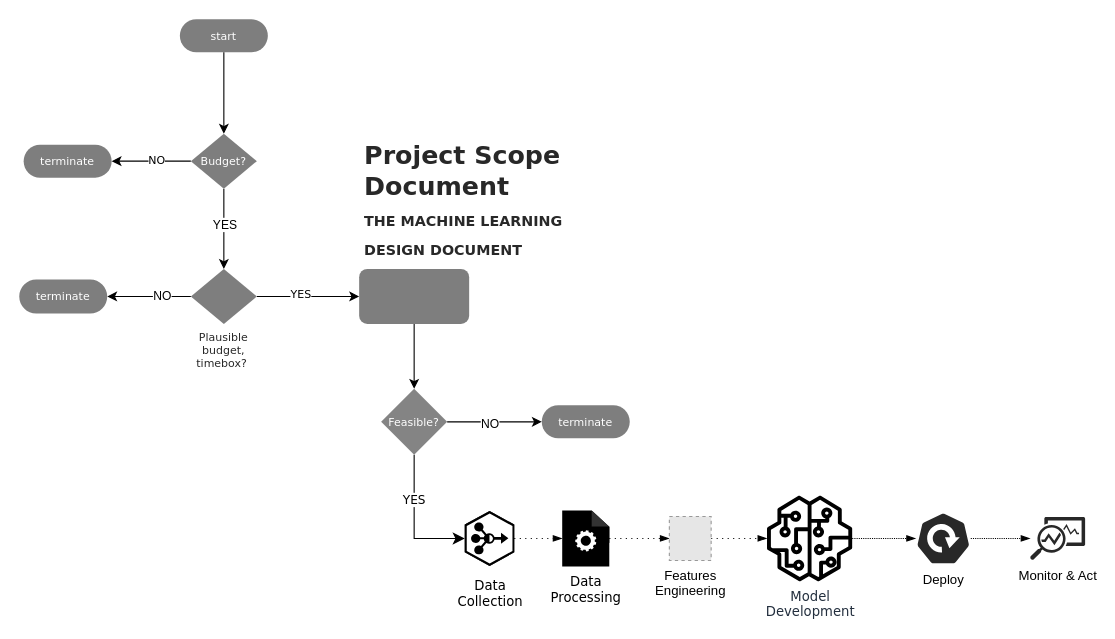
thereferences/systems keeps this draw.io diagram as page "Initially" (1 of 4) of assets/images/lifecycle.drawio. Above is the earlier version. Source tidied: cells renumbered, new cells numbered last; positions are measured from the earlier drawing's top-left corner, leaving out a move shared by most shapes. Both pictures are drawn from the tidied source at 110%, with x=0, y=0 at pixel (19, 19). Pictures stored in the file or linked from it are replaced by grey dashed boxes.
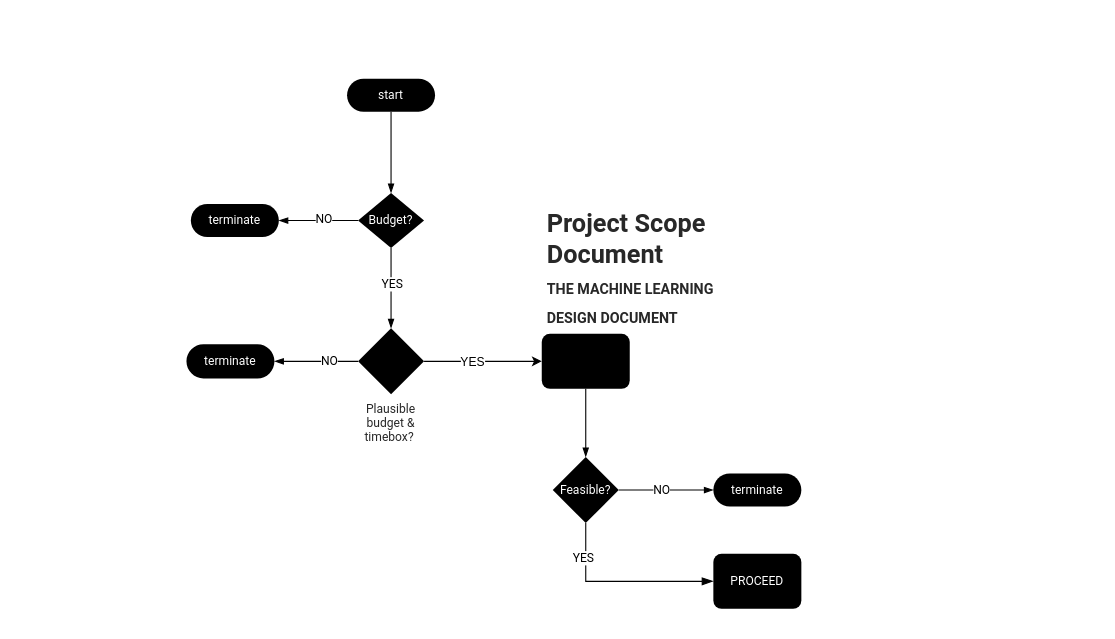
The same diagram, later.

What changed in the source:
```diff
@@
-    <mxCell id="2" style="edgeStyle=orthogonalEdgeStyle;rounded=0;jettySize=auto;html=1;dashed=1;dashPattern=1 1;endArrow=blockThin;endFill=1;" parent="1" edge="1" source="3" target="16">
-      <mxGeometry relative="1" as="geometry" />
-    </mxCell>
-    <mxCell id="3" value="Model &lt;br&gt;Development" style="sketch=0;outlineConnect=0;fontColor=#232F3E;gradientColor=none;fillColor=#000000;strokeColor=none;dashed=0;verticalLabelPosition=bottom;verticalAlign=top;align=center;html=1;fontSize=12;fontStyle=0;shape=mxgraph.aws4.sagemaker_model;fontFamily=Verdana;" parent="1" vertex="1">
-      <mxGeometry x="679.5" y="433" width="78" height="78" as="geometry" />
-    </mxCell>
-    <mxCell id="4" style="edgeStyle=orthogonalEdgeStyle;rounded=0;jettySize=auto;html=1;dashed=1;dashPattern=1 4;endArrow=blockThin;endFill=1;fontFamily=Verdana;" parent="1" edge="1" source="5" target="6">
-      <mxGeometry relative="1" as="geometry" />
-    </mxCell>
-    <mxCell id="5" value="&lt;span style=&quot;background-color: rgb(255, 255, 255);&quot;&gt;Data &lt;br&gt;Collection&lt;/span&gt;" style="verticalLabelPosition=middle;sketch=0;html=1;fillColor=#000000;strokeColor=#ffffff;verticalAlign=middle;align=center;points=[[0,0.5,0],[0.125,0.25,0],[0.25,0,0],[0.5,0,0],[0.75,0,0],[0.875,0.25,0],[1,0.5,0],[0.875,0.75,0],[0.75,1,0],[0.5,1,0],[0.125,0.75,0]];shape=mxgraph.cisco_safe.compositeIcon;bgIcon=mxgraph.cisco_safe.design.blank_device;resIcon=mxgraph.cisco_safe.design.flow_collector_2;rotation=90;fontFamily=Verdana;labelPosition=right;horizontal=0;" parent="1" vertex="1">
-      <mxGeometry x="402.5" y="449.5" width="50" height="45" as="geometry" />
-    </mxCell>
-    <mxCell id="6" value="Data &lt;br&gt;Processing" style="sketch=0;html=1;strokeColor=none;shadow=0;fillColor=#000000;verticalAlign=top;labelPosition=center;verticalLabelPosition=bottom;shape=mxgraph.gcp2.process;rotation=0;fontFamily=Verdana;" parent="1" vertex="1">
-      <mxGeometry x="493.6" y="446.5" width="42.8" height="51" as="geometry" />
-    </mxCell>
-    <mxCell id="7" style="edgeStyle=orthogonalEdgeStyle;rounded=0;jettySize=auto;html=1;" parent="1" edge="1" source="9" target="19">
+    <mxCell id="7" style="edgeStyle=orthogonalEdgeStyle;rounded=0;jettySize=auto;html=1;endArrow=blockThin;endFill=1;fontFamily=Roboto;" parent="1" edge="1" source="9" target="19">
       <mxGeometry relative="1" as="geometry" />
     </mxCell>
-    <mxCell id="8" value="NO" style="edgeLabel;html=1;align=center;verticalAlign=middle;" parent="7" vertex="1">
+    <mxCell id="8" value="NO" style="edgeLabel;html=1;align=center;verticalAlign=middle;fontFamily=Roboto;spacingBottom=3;" parent="7" vertex="1">
       <mxGeometry x="-0.11" y="-1" relative="1" as="geometry" />
     </mxCell>
-    <mxCell id="9" value="&lt;font color=&quot;#ffffff&quot; style=&quot;font-size: 10px;&quot;&gt;Feasible?&lt;/font&gt;" style="rhombus;whiteSpace=wrap;html=1;rotation=0;fillColor=#333333;strokeColor=none;fontFamily=Verdana;opacity=60;fontSize=10;" parent="1" vertex="1">
-      <mxGeometry x="329" y="336" width="60" height="60" as="geometry" />
+    <mxCell id="9" value="&lt;font color=&quot;#ffffff&quot; style=&quot;font-size: 11px;&quot;&gt;Feasible?&lt;/font&gt;" style="rhombus;whiteSpace=wrap;html=1;rotation=0;fillColor=#000000;strokeColor=none;fontFamily=Roboto;fontSize=11;" parent="1" vertex="1">
+      <mxGeometry x="485" y="398" width="60" height="60" as="geometry" />
     </mxCell>
-    <mxCell id="10" style="edgeStyle=orthogonalEdgeStyle;endArrow=classic;html=1;rounded=0;endSize=8;startSize=8;sourcePerimeterSpacing=0;targetPerimeterSpacing=0;entryX=0.5;entryY=1;entryDx=0;entryDy=0;entryPerimeter=0;exitX=0.5;exitY=1;exitDx=0;exitDy=0;fontFamily=Verdana;" parent="1" edge="1" source="9" target="5">
+    <mxCell id="10" style="edgeStyle=orthogonalEdgeStyle;endArrow=blockThin;html=1;rounded=0;endSize=8;startSize=8;sourcePerimeterSpacing=0;targetPerimeterSpacing=0;entryX=0;entryY=0.5;entryDx=0;entryDy=0;exitX=0.5;exitY=1;exitDx=0;exitDy=0;fontFamily=Roboto;endFill=1;" parent="1" edge="1" source="9" target="36">
       <mxGeometry relative="1" as="geometry" />
     </mxCell>
-    <mxCell id="11" value="YES" style="edgeLabel;html=1;align=center;verticalAlign=middle;fontFamily=Verdana;" parent="10" vertex="1">
-      <mxGeometry x="-0.35" y="-1" relative="1" as="geometry" />
+    <mxCell id="11" value="YES" style="edgeLabel;html=1;align=right;verticalAlign=middle;fontFamily=Roboto;spacingRight=-6;" parent="10" vertex="1">
+      <mxGeometry x="-0.35" y="-1" relative="1" as="geometry">
+        <mxPoint y="-23" as="offset" />
+      </mxGeometry>
     </mxCell>
-    <mxCell id="12" style="edgeStyle=orthogonalEdgeStyle;rounded=0;jettySize=auto;html=1;fontFamily=Verdana;dashed=1;dashPattern=1 4;endArrow=blockThin;endFill=1;" parent="1" edge="1" source="6" target="14">
-      <mxGeometry relative="1" as="geometry">
-        <Array as="points">
-          <mxPoint x="562.5" y="472" />
-        </Array>
-      </mxGeometry>
-    </mxCell>
-    <mxCell id="13" style="edgeStyle=none;rounded=0;jettySize=auto;html=1;endArrow=blockThin;endFill=1;dashed=1;dashPattern=1 4;" parent="1" edge="1" source="14" target="3">
-      <mxGeometry relative="1" as="geometry">
-        <Array as="points">
-          <mxPoint x="653" y="472" />
-        </Array>
-      </mxGeometry>
-    </mxCell>
-    <mxCell id="14" value="Features &lt;br&gt;Engineering" style="fillColor=#E6E6E6;strokeColor=#999999;dashed=1;html=1;verticalLabelPosition=bottom;labelBackgroundColor=#ffffff;verticalAlign=top;" parent="1" vertex="1">
-      <mxGeometry x="591" y="452" width="38" height="40" as="geometry" />
-    </mxCell>
-    <mxCell id="15" style="edgeStyle=orthogonalEdgeStyle;rounded=0;jettySize=auto;html=1;dashed=1;dashPattern=1 1;endArrow=blockThin;endFill=1;" parent="1" edge="1" source="16" target="17">
-      <mxGeometry relative="1" as="geometry" />
-    </mxCell>
-    <mxCell id="16" value="Deploy" style="sketch=0;html=1;dashed=0;whitespace=wrap;fillColor=#282828;strokeColor=#ffffff;points=[[0.005,0.63,0],[0.1,0.2,0],[0.9,0.2,0],[0.5,0,0],[0.995,0.63,0],[0.72,0.99,0],[0.5,1,0],[0.28,0.99,0]];verticalLabelPosition=bottom;align=center;verticalAlign=top;shape=mxgraph.kubernetes.icon;prIcon=deploy;" parent="1" vertex="1">
-      <mxGeometry x="815" y="448" width="50" height="48" as="geometry" />
-    </mxCell>
-    <mxCell id="17" value="Monitor &amp;amp; Act" style="sketch=0;shadow=0;dashed=0;html=1;strokeColor=none;labelPosition=center;verticalLabelPosition=bottom;verticalAlign=top;align=center;fillColor=#282828;shape=mxgraph.mscae.enterprise.monitor_running_apps;" parent="1" vertex="1">
-      <mxGeometry x="919" y="452.5" width="50" height="39" as="geometry" />
-    </mxCell>
-    <mxCell id="18" value="Project Scope Document&lt;br&gt;&lt;div style=&quot;&quot;&gt;&lt;span style=&quot;background-color: initial;&quot;&gt;&lt;font style=&quot;font-size: 13px;&quot;&gt;THE MACHINE LEARNING DESIGN DOCUMENT&lt;/font&gt;&lt;/span&gt;&lt;/div&gt;" style="text;html=1;strokeColor=none;fillColor=none;align=left;verticalAlign=middle;whiteSpace=wrap;rounded=0;fontFamily=Verdana;fontSize=23;fontStyle=1;fontColor=#282828;" parent="1" vertex="1">
-      <mxGeometry x="312" y="114" width="202" height="104" as="geometry" />
+    <mxCell id="18" value="Project Scope Document&lt;br&gt;&lt;div style=&quot;&quot;&gt;&lt;span style=&quot;background-color: initial;&quot;&gt;&lt;font style=&quot;font-size: 13px;&quot;&gt;THE MACHINE LEARNING DESIGN DOCUMENT&lt;/font&gt;&lt;/span&gt;&lt;/div&gt;" style="text;html=1;strokeColor=none;fillColor=none;align=left;verticalAlign=middle;whiteSpace=wrap;rounded=0;fontFamily=Roboto;fontSize=23;fontStyle=1;fontColor=#282828;" parent="1" vertex="1">
+      <mxGeometry x="478" y="176" width="202" height="104" as="geometry" />
     </mxCell>
-    <mxCell id="19" value="terminate" style="html=1;dashed=0;whiteSpace=wrap;shape=mxgraph.dfd.start;fillColor=#282828;strokeColor=none;opacity=60;fontFamily=Verdana;fontColor=#FFFFFF;fontSize=10;" parent="1" vertex="1">
-      <mxGeometry x="475" y="351" width="80" height="30" as="geometry" />
+    <mxCell id="19" value="terminate" style="html=1;dashed=0;whiteSpace=wrap;shape=mxgraph.dfd.start;fillColor=#000000;strokeColor=none;fontFamily=Roboto;fontColor=#FFFFFF;fontSize=11;" parent="1" vertex="1">
+      <mxGeometry x="631" y="413" width="80" height="30" as="geometry" />
     </mxCell>
-    <mxCell id="20" style="edgeStyle=orthogonalEdgeStyle;rounded=0;jettySize=auto;html=1;" parent="1" edge="1" source="21" target="9">
+    <mxCell id="20" style="edgeStyle=orthogonalEdgeStyle;rounded=0;jettySize=auto;html=1;endArrow=blockThin;endFill=1;fontFamily=Roboto;" parent="1" edge="1" source="21" target="9">
       <mxGeometry relative="1" as="geometry" />
     </mxCell>
-    <mxCell id="21" style="html=1;dashed=0;whiteSpace=wrap;rounded=1;fillColor=#282828;strokeColor=none;opacity=60;" parent="1" vertex="1">
-      <mxGeometry x="309" y="227" width="100" height="50" as="geometry" />
+    <mxCell id="21" style="html=1;dashed=0;whiteSpace=wrap;rounded=1;fillColor=#000000;strokeColor=none;fontFamily=Roboto;rotation=0;" parent="1" vertex="1">
+      <mxGeometry x="475" y="286" width="80" height="50" as="geometry" />
     </mxCell>
-    <mxCell id="22" style="edgeStyle=orthogonalEdgeStyle;rounded=0;jettySize=auto;html=1;fontFamily=Verdana;fontSize=10;" parent="1" edge="1" source="26" target="31">
-      <mxGeometry relative="1" as="geometry" />
+    <mxCell id="22" style="edgeStyle=orthogonalEdgeStyle;rounded=0;jettySize=auto;html=1;fontFamily=Roboto;fontSize=11;endArrow=blockThin;endFill=1;" parent="1" edge="1" source="26" target="31">
+      <mxGeometry relative="1" as="geometry">
+        <Array as="points">
+          <mxPoint x="338" y="222" />
+          <mxPoint x="338" y="222" />
+        </Array>
+      </mxGeometry>
     </mxCell>
-    <mxCell id="23" value="YES" style="edgeLabel;html=1;align=center;verticalAlign=middle;" parent="22" vertex="1">
+    <mxCell id="23" value="YES" style="edgeLabel;html=1;align=center;verticalAlign=middle;fontFamily=Roboto;fontSize=11;" parent="22" vertex="1">
       <mxGeometry x="-0.1" relative="1" as="geometry">
         <mxPoint y="-1" as="offset" />
       </mxGeometry>
     </mxCell>
-    <mxCell id="24" style="edgeStyle=orthogonalEdgeStyle;rounded=0;jettySize=auto;html=1;" parent="1" edge="1" source="26" target="32">
+    <mxCell id="24" style="edgeStyle=orthogonalEdgeStyle;rounded=0;jettySize=auto;html=1;endArrow=blockThin;endFill=1;fontFamily=Roboto;fontSize=11;" parent="1" edge="1" source="26" target="32">
       <mxGeometry relative="1" as="geometry" />
     </mxCell>
-    <mxCell id="25" value="&lt;font style=&quot;font-size: 10px;&quot; face=&quot;Verdana&quot;&gt;NO&lt;/font&gt;" style="edgeLabel;html=1;align=center;verticalAlign=middle;spacingBottom=8;" parent="24" vertex="1">
+    <mxCell id="25" value="&lt;font style=&quot;font-size: 11px;&quot;&gt;NO&lt;/font&gt;" style="edgeLabel;html=1;align=center;verticalAlign=middle;spacingBottom=8;fontFamily=Roboto;fontSize=11;" parent="24" vertex="1">
       <mxGeometry x="-0.1" y="2" relative="1" as="geometry" />
     </mxCell>
-    <mxCell id="26" value="Budget?" style="shape=rhombus;html=1;dashed=0;whiteSpace=wrap;perimeter=rhombusPerimeter;fillColor=#282828;strokeColor=none;opacity=60;fontColor=#FFFFFF;fontFamily=Verdana;fontSize=10;labelPosition=center;verticalLabelPosition=middle;align=center;verticalAlign=middle;" parent="1" vertex="1">
-      <mxGeometry x="156" y="104" width="60" height="50" as="geometry" />
+    <mxCell id="26" value="Budget?" style="shape=rhombus;html=1;dashed=0;whiteSpace=wrap;perimeter=rhombusPerimeter;fillColor=#000000;strokeColor=none;fontColor=#FFFFFF;fontFamily=Roboto;fontSize=11;labelPosition=center;verticalLabelPosition=middle;align=center;verticalAlign=middle;" parent="1" vertex="1">
+      <mxGeometry x="308" y="158" width="60" height="50" as="geometry" />
     </mxCell>
-    <mxCell id="27" style="edgeStyle=orthogonalEdgeStyle;rounded=0;jettySize=auto;html=1;" parent="1" edge="1" source="31" target="33">
+    <mxCell id="27" style="edgeStyle=orthogonalEdgeStyle;rounded=0;jettySize=auto;html=1;endArrow=blockThin;endFill=1;fontFamily=Roboto;fontSize=11;" parent="1" edge="1" source="31" target="33">
       <mxGeometry relative="1" as="geometry" />
     </mxCell>
-    <mxCell id="28" value="NO" style="edgeLabel;html=1;align=center;verticalAlign=middle;" parent="27" vertex="1">
+    <mxCell id="28" value="NO" style="edgeLabel;html=1;align=center;verticalAlign=middle;fontFamily=Roboto;fontSize=11;" parent="27" vertex="1">
       <mxGeometry x="-0.28" relative="1" as="geometry">
         <mxPoint y="-1" as="offset" />
       </mxGeometry>
     </mxCell>
-    <mxCell id="29" style="edgeStyle=orthogonalEdgeStyle;rounded=0;jettySize=auto;html=1;" parent="1" edge="1" source="31" target="21">
-      <mxGeometry relative="1" as="geometry">
-        <Array as="points">
-          <mxPoint x="250" y="252" />
-          <mxPoint x="250" y="252" />
-        </Array>
-      </mxGeometry>
+    <mxCell id="29" style="edgeStyle=orthogonalEdgeStyle;rounded=0;jettySize=auto;html=1;entryX=0;entryY=0.5;entryDx=0;entryDy=0;" parent="1" edge="1" source="31" target="21">
+      <mxGeometry relative="1" as="geometry" />
     </mxCell>
-    <mxCell id="30" value="YES" style="edgeLabel;html=1;align=center;verticalAlign=middle;spacingBottom=8;fontFamily=Verdana;fontSize=10;" parent="29" vertex="1">
-      <mxGeometry x="-0.15" y="-1" relative="1" as="geometry">
-        <mxPoint x="-1" as="offset" />
-      </mxGeometry>
+    <mxCell id="30" value="YES" style="edgeLabel;html=1;align=center;verticalAlign=middle;" parent="29" vertex="1">
+      <mxGeometry x="-0.2" relative="1" as="geometry" />
     </mxCell>
-    <mxCell id="31" value="Plausible budget, timebox?&amp;nbsp;" style="shape=rhombus;html=1;dashed=0;whiteSpace=wrap;perimeter=rhombusPerimeter;fillColor=#282828;strokeColor=none;opacity=60;fontColor=#282828;fontFamily=Verdana;fontSize=10;labelPosition=center;verticalLabelPosition=bottom;align=center;verticalAlign=top;" parent="1" vertex="1">
-      <mxGeometry x="156" y="227" width="60" height="50" as="geometry" />
+    <mxCell id="31" value="Plausible budget &amp;amp; timebox?&amp;nbsp;" style="shape=rhombus;html=1;dashed=0;whiteSpace=wrap;perimeter=rhombusPerimeter;fillColor=#000000;strokeColor=none;fontColor=#282828;fontFamily=Roboto;fontSize=11;labelPosition=center;verticalLabelPosition=bottom;align=center;verticalAlign=top;rotation=0;" parent="1" vertex="1">
+      <mxGeometry x="308" y="281" width="60" height="60" as="geometry" />
     </mxCell>
-    <mxCell id="32" value="terminate" style="html=1;dashed=0;whiteSpace=wrap;shape=mxgraph.dfd.start;fillColor=#282828;strokeColor=none;opacity=60;fontFamily=Verdana;fontColor=#FFFFFF;fontSize=10;" parent="1" vertex="1">
-      <mxGeometry x="4" y="114" width="80" height="30" as="geometry" />
+    <mxCell id="32" value="terminate" style="html=1;dashed=0;whiteSpace=wrap;shape=mxgraph.dfd.start;fillColor=#000000;strokeColor=none;fontFamily=Roboto;fontColor=#FFFFFF;fontSize=11;" parent="1" vertex="1">
+      <mxGeometry x="156" y="168" width="80" height="30" as="geometry" />
     </mxCell>
-    <mxCell id="33" value="terminate" style="html=1;dashed=0;whiteSpace=wrap;shape=mxgraph.dfd.start;fillColor=#282828;strokeColor=none;opacity=60;fontFamily=Verdana;fontColor=#FFFFFF;fontSize=10;" parent="1" vertex="1">
-      <mxGeometry y="236.5" width="80" height="31" as="geometry" />
+    <mxCell id="33" value="terminate" style="html=1;dashed=0;whiteSpace=wrap;shape=mxgraph.dfd.start;fillColor=#000000;strokeColor=none;fontFamily=Roboto;fontColor=#FFFFFF;fontSize=11;" parent="1" vertex="1">
+      <mxGeometry x="152" y="295.5" width="80" height="31" as="geometry" />
     </mxCell>
-    <mxCell id="34" style="edgeStyle=orthogonalEdgeStyle;rounded=0;jettySize=auto;html=1;" parent="1" edge="1" source="35" target="26">
+    <mxCell id="34" style="edgeStyle=orthogonalEdgeStyle;rounded=0;jettySize=auto;html=1;endArrow=blockThin;endFill=1;fontFamily=Roboto;fontSize=11;" parent="1" edge="1" source="35" target="26">
       <mxGeometry relative="1" as="geometry" />
     </mxCell>
-    <mxCell id="35" value="start" style="html=1;dashed=0;whiteSpace=wrap;shape=mxgraph.dfd.start;fontFamily=Verdana;fontSize=10;fillColor=#282828;strokeColor=none;opacity=60;fontColor=#FFFFFF;" parent="1" vertex="1">
-      <mxGeometry x="146" width="80" height="30" as="geometry" />
+    <mxCell id="35" value="start" style="html=1;dashed=0;whiteSpace=wrap;shape=mxgraph.dfd.start;fontFamily=Roboto;fontSize=11;fillColor=#000000;strokeColor=none;fontColor=#FFFFFF;" parent="1" vertex="1">
+      <mxGeometry x="298" y="54" width="80" height="30" as="geometry" />
     </mxCell>
+    <mxCell id="36" value="&lt;font style=&quot;font-size: 11px;&quot;&gt;PROCEED&lt;/font&gt;" style="html=1;dashed=0;whiteSpace=wrap;rounded=1;fillColor=#000000;strokeColor=none;fontFamily=Roboto;fontColor=#FFFFFF;fontSize=11;rotation=0;" parent="1" vertex="1">
+      <mxGeometry x="631" y="486" width="80" height="50" as="geometry" />
+    </mxCell>
```
